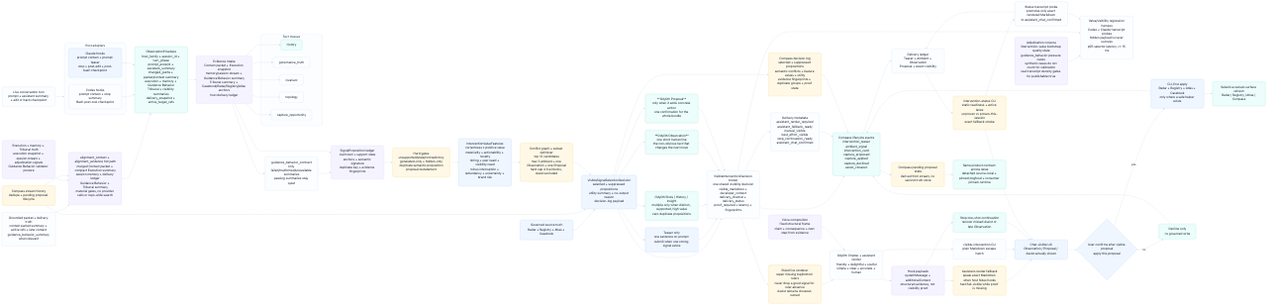
This is odylith/atlas/source/odylith-conversation-observation-and-governed-proposal-flow.png from odylith/odylith, a Mermaid export, as it was before one commit. Its source is kept beside it as odylith/atlas/source/odylith-conversation-observation-and-governed-proposal-flow.mmd.
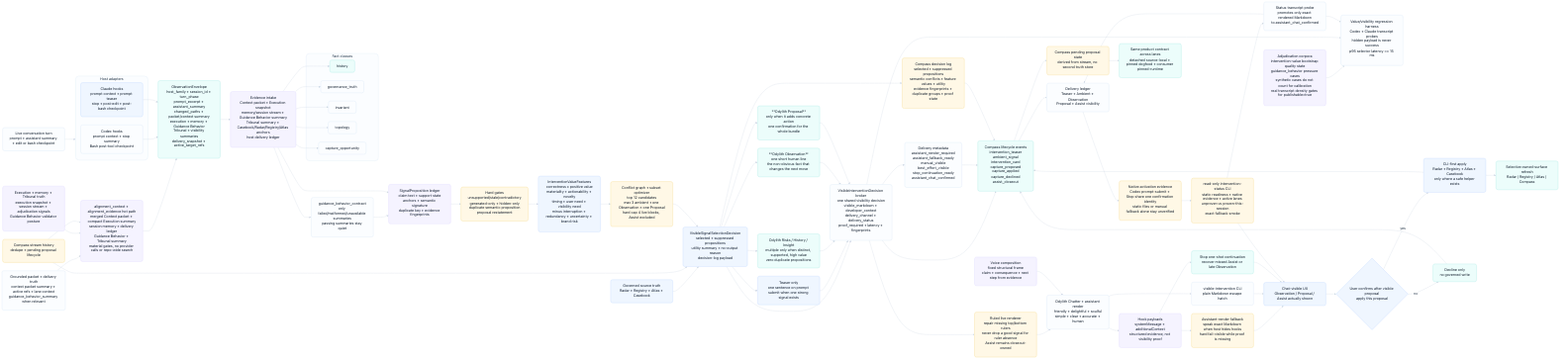
Above is the later version.

What changed in the source:
```diff
@@ -62,7 +62,8 @@
     StopGuard --> Chat
     DeliveryMetadata --> Events
     Events --> Ledger["Delivery ledger<br/>Teaser + Ambient + Observation<br/>Proposal + Assist visibility"]
-    Ledger --> Status["intervention-status CLI<br/>static readiness + active lanes<br/>unproven vs proven-this-session<br/>exact fallback smoke"]
+    Ledger --> NativeActivation["Native activation evidence<br/>Codex prompt-submit + Stop share one confirmation identity<br/>static files or manual fallback alone stay unverified"]
+    NativeActivation --> Status["read-only intervention-status CLI<br/>static readiness + native evidence + active lanes<br/>unproven vs proven-this-session<br/>exact fallback smoke"]
     Status --> ChatProbe["Status transcript probe<br/>promotes only exact rendered Markdown<br/>to assistant_chat_confirmed"]
     ChatProbe --> Ledger
     Status --> Chat
```
